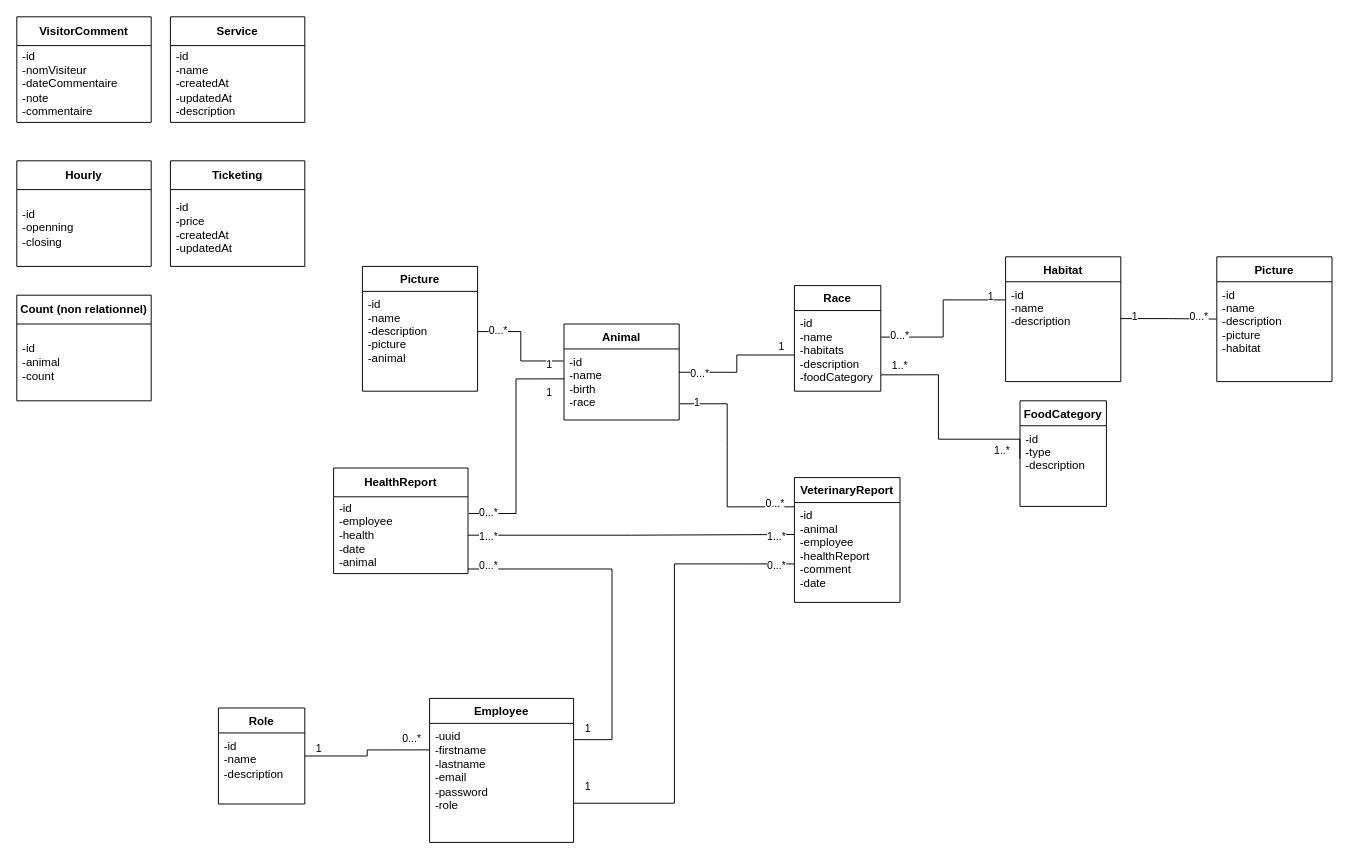
Before: ECF - Zoo Arcadia - Diagramme de Classe.drawio in Maxence9113/Zoo-Arcadia, a draw.io diagram. Source tidied: cells renumbered, new cells numbered last; positions are measured from the earlier drawing's top-left corner, leaving out a move shared by most shapes. Both pictures are drawn from the tidied source at 96%, with x=0, y=0 at pixel (16, 16).
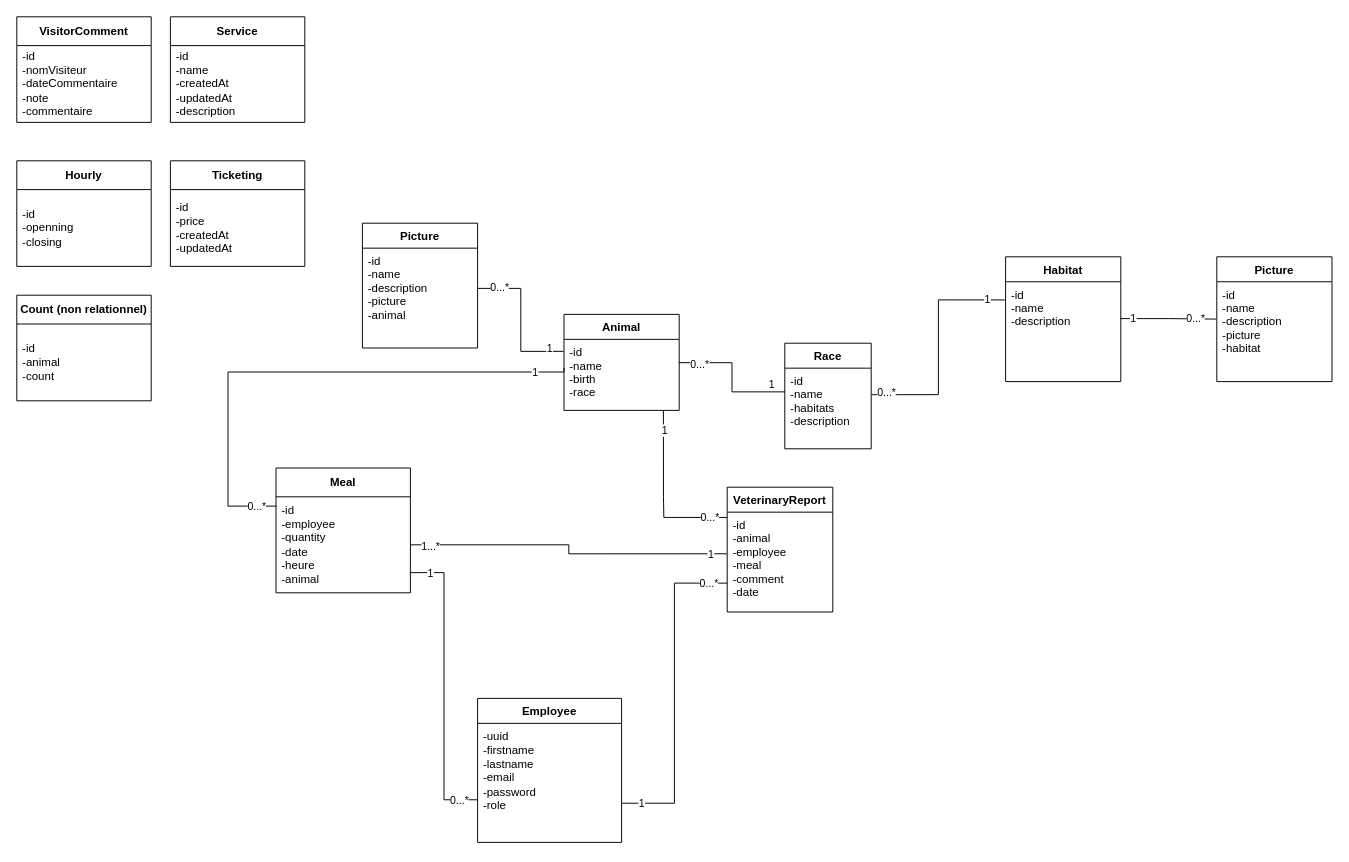
The same diagram, later.

Commit message:
Mettre à jour ECF - Zoo Arcadia - Diagramme de Classe.drawio

Unchanged cells that the change refers to:
```xml
<mxCell id="3" value="-id&#10;-name&#10;-birth&#10;-race" style="text;align=left;verticalAlign=top;spacingLeft=4;spacingRight=4;overflow=hidden;points=[[0,0.5],[1,0.5]];portConstraint=eastwest;" parent="2" vertex="1">
  <mxGeometry y="26" width="120" height="74" as="geometry" />
</mxCell>
<mxCell id="16" style="endArrow=none;html=1;edgeStyle=orthogonalEdgeStyle;rounded=0;entryX=-0.003;entryY=0.182;entryDx=0;entryDy=0;entryPerimeter=0;exitX=1.004;exitY=0.329;exitDx=0;exitDy=0;exitPerimeter=0;" parent="1" edge="1" source="5" target="15">
  <mxGeometry relative="1" as="geometry" />
</mxCell>
<mxCell id="20" value="-uuid&lt;div&gt;-firstname&lt;/div&gt;&lt;div&gt;-lastname&lt;br&gt;&lt;div&gt;-email&lt;/div&gt;&lt;div&gt;-password&lt;/div&gt;&lt;div&gt;-role&lt;/div&gt;&lt;/div&gt;" style="text;strokeColor=none;fillColor=none;align=left;verticalAlign=top;spacingLeft=4;spacingRight=4;overflow=hidden;points=[[0,0.5],[1,0.5]];portConstraint=eastwest;whiteSpace=wrap;html=1;" parent="19" vertex="1">
  <mxGeometry y="26" width="150" height="124" as="geometry" />
</mxCell>
<mxCell id="57" style="endArrow=none;html=1;rounded=0;exitX=1.004;exitY=0.403;exitDx=0;exitDy=0;exitPerimeter=0;entryX=-0.005;entryY=0.169;entryDx=0;entryDy=0;entryPerimeter=0;edgeStyle=orthogonalEdgeStyle;" parent="1" edge="1" source="24" target="3">
  <mxGeometry relative="1" as="geometry" />
</mxCell>
<mxCell id="62" style="endArrow=none;html=1;rounded=0;exitX=0.997;exitY=0.369;exitDx=0;exitDy=0;exitPerimeter=0;edgeStyle=orthogonalEdgeStyle;entryX=-0.005;entryY=0.374;entryDx=0;entryDy=0;entryPerimeter=0;" parent="1" edge="1" source="15" target="61">
  <mxGeometry relative="1" as="geometry" />
</mxCell>
```

The edit, as a diff of the source:
```diff
@@
     <mxCell id="2" value="Animal" style="swimlane;fontStyle=1;align=center;verticalAlign=top;horizontal=1;startSize=26;rounded=0;shadow=0;strokeWidth=1;" parent="1" vertex="1">
-      <mxGeometry x="570" y="320" width="120" height="100" as="geometry" />
+      <mxGeometry x="570" y="310" width="120" height="100" as="geometry" />
     </mxCell>
@@
     <mxCell id="4" value="Race" style="swimlane;fontStyle=1;align=center;verticalAlign=top;horizontal=1;startSize=26;rounded=0;shadow=0;strokeWidth=1;" parent="1" vertex="1">
-      <mxGeometry x="810" y="280" width="90" height="110" as="geometry" />
+      <mxGeometry x="800" y="340" width="90" height="110" as="geometry" />
     </mxCell>
-    <mxCell id="5" value="-id&#10;-name&#10;-habitats&#10;-description&#10;-foodCategory" style="text;align=left;verticalAlign=top;spacingLeft=4;spacingRight=4;overflow=hidden;points=[[0,0.5],[1,0.5]];portConstraint=eastwest;" parent="4" vertex="1">
+    <mxCell id="5" value="-id&#10;-name&#10;-habitats&#10;-description" style="text;align=left;verticalAlign=top;spacingLeft=4;spacingRight=4;overflow=hidden;points=[[0,0.5],[1,0.5]];portConstraint=eastwest;" parent="4" vertex="1">
       <mxGeometry y="26" width="90" height="84" as="geometry" />
     </mxCell>
-    <mxCell id="6" style="endArrow=none;html=1;edgeStyle=orthogonalEdgeStyle;rounded=0;entryX=-0.002;entryY=0.551;entryDx=0;entryDy=0;entryPerimeter=0;strokeColor=default;curved=0;exitX=0.997;exitY=0.328;exitDx=0;exitDy=0;exitPerimeter=0;" parent="1" edge="1" source="3" target="5">
-      <mxGeometry relative="1" as="geometry">
-        <Array as="points">
-          <mxPoint x="750" y="370" />
-          <mxPoint x="750" y="352" />
-        </Array>
-      </mxGeometry>
+    <mxCell id="6" style="endArrow=none;html=1;edgeStyle=orthogonalEdgeStyle;rounded=0;strokeColor=default;curved=0;exitX=0.997;exitY=0.328;exitDx=0;exitDy=0;exitPerimeter=0;entryX=0.002;entryY=0.294;entryDx=0;entryDy=0;entryPerimeter=0;" parent="1" edge="1" source="3" target="5">
+      <mxGeometry relative="1" as="geometry" />
     </mxCell>
@@
-    <mxCell id="9" value="FoodCategory" style="swimlane;fontStyle=1;align=center;verticalAlign=top;horizontal=1;startSize=26;rounded=0;shadow=0;strokeWidth=1;" parent="1" vertex="1">
-      <mxGeometry x="1045" y="400" width="90" height="110" as="geometry" />
-    </mxCell>
-    <mxCell id="10" value="-id&#10;-type&#10;-description" style="text;align=left;verticalAlign=top;spacingLeft=4;spacingRight=4;overflow=hidden;points=[[0,0.5],[1,0.5]];portConstraint=eastwest;" parent="9" vertex="1">
-      <mxGeometry y="26" width="90" height="84" as="geometry" />
-    </mxCell>
-    <mxCell id="11" style="endArrow=none;html=1;edgeStyle=orthogonalEdgeStyle;rounded=0;exitX=1.003;exitY=0.797;exitDx=0;exitDy=0;exitPerimeter=0;entryX=-0.001;entryY=0.411;entryDx=0;entryDy=0;entryPerimeter=0;" parent="1" edge="1" source="5" target="10">
-      <mxGeometry relative="1" as="geometry">
-        <Array as="points">
-          <mxPoint x="960" y="373" />
-          <mxPoint x="960" y="440" />
-          <mxPoint x="1045" y="440" />
-        </Array>
-      </mxGeometry>
-    </mxCell>
-    <mxCell id="12" value="1..*" style="edgeLabel;html=1;align=left;verticalAlign=bottom;" parent="11" vertex="1">
-      <mxGeometry x="-1" relative="1" as="geometry">
-        <mxPoint x="10" y="-2" as="offset" />
-      </mxGeometry>
-    </mxCell>
-    <mxCell id="13" value="1..*" style="edgeLabel;html=1;align=right;verticalAlign=bottom;" parent="11" vertex="1">
-      <mxGeometry x="1" relative="1" as="geometry">
-        <mxPoint x="-10" as="offset" />
-      </mxGeometry>
-    </mxCell>
@@
-    <mxCell id="17" value="1" style="edgeLabel;html=1;align=left;verticalAlign=bottom;" parent="16" vertex="1">
-      <mxGeometry x="-1" relative="1" as="geometry">
-        <mxPoint x="110" y="-34" as="offset" />
-      </mxGeometry>
-    </mxCell>
-    <mxCell id="18" value="0...*" style="edgeLabel;html=1;align=right;verticalAlign=bottom;" parent="16" vertex="1">
-      <mxGeometry x="1" relative="1" as="geometry">
-        <mxPoint x="-100" y="45" as="offset" />
-      </mxGeometry>
-    </mxCell>
+    <mxCell id="65" value="0...*" style="edgeLabel;html=1;align=center;verticalAlign=middle;" parent="16" vertex="1">
+      <mxGeometry x="-0.87" y="2" relative="1" as="geometry" />
+    </mxCell>
+    <mxCell id="66" value="1" style="edgeLabel;html=1;align=center;verticalAlign=middle;" parent="16" vertex="1">
+      <mxGeometry x="0.84" relative="1" as="geometry" />
+    </mxCell>
     <mxCell id="19" value="Employee" style="swimlane;fontStyle=1;align=center;verticalAlign=top;horizontal=1;startSize=26;whiteSpace=wrap;html=1;" parent="1" vertex="1">
-      <mxGeometry x="430" y="710" width="150" height="150" as="geometry" />
+      <mxGeometry x="480" y="710" width="150" height="150" as="geometry" />
     </mxCell>
@@
     <mxCell id="23" value="Picture" style="swimlane;fontStyle=1;align=center;verticalAlign=top;horizontal=1;startSize=26;rounded=0;shadow=0;strokeWidth=1;" parent="1" vertex="1">
-      <mxGeometry x="360" y="260" width="120" height="130" as="geometry" />
+      <mxGeometry x="360" y="215" width="120" height="130" as="geometry" />
     </mxCell>
@@
-    <mxCell id="25" value="Role" style="swimlane;fontStyle=1;align=center;verticalAlign=top;horizontal=1;startSize=26;whiteSpace=wrap;html=1;" parent="1" vertex="1">
-      <mxGeometry x="210" y="720" width="90" height="100" as="geometry" />
-    </mxCell>
-    <mxCell id="26" value="-id&lt;div&gt;-name&lt;/div&gt;&lt;div&gt;-description&lt;/div&gt;" style="text;strokeColor=none;fillColor=none;align=left;verticalAlign=top;spacingLeft=4;spacingRight=4;overflow=hidden;whiteSpace=wrap;html=1;" parent="25" vertex="1">
-      <mxGeometry y="26" width="90" height="74" as="geometry" />
-    </mxCell>
-    <mxCell id="27" style="edgeStyle=orthogonalEdgeStyle;rounded=0;jettySize=auto;html=1;entryX=-0.004;entryY=0.223;entryDx=0;entryDy=0;entryPerimeter=0;strokeColor=default;endArrow=none;endFill=0;" parent="1" edge="1" source="25" target="20">
-      <mxGeometry relative="1" as="geometry" />
-    </mxCell>
@@
-    <mxCell id="36" value="&lt;b&gt;HealthReport&lt;/b&gt;" style="swimlane;fontStyle=0;horizontal=1;startSize=30;whiteSpace=wrap;html=1;" parent="1" vertex="1">
-      <mxGeometry x="330" y="470" width="140" height="110" as="geometry" />
-    </mxCell>
-    <mxCell id="37" value="-id&lt;div&gt;-employee&lt;br&gt;&lt;div&gt;-health&lt;/div&gt;&lt;div&gt;-date&lt;/div&gt;&lt;/div&gt;&lt;div&gt;-animal&lt;/div&gt;" style="text;strokeColor=none;fillColor=none;align=left;verticalAlign=middle;spacingLeft=4;spacingRight=4;overflow=hidden;points=[[0,0.5],[1,0.5]];portConstraint=eastwest;whiteSpace=wrap;html=1;" parent="36" vertex="1">
-      <mxGeometry y="30" width="140" height="80" as="geometry" />
-    </mxCell>
-    <mxCell id="38" style="endArrow=none;html=1;rounded=0;exitX=1.005;exitY=0.218;exitDx=0;exitDy=0;exitPerimeter=0;entryX=0.003;entryY=0.421;entryDx=0;entryDy=0;entryPerimeter=0;edgeStyle=orthogonalEdgeStyle;" parent="1" edge="1" source="37" target="3">
-      <mxGeometry relative="1" as="geometry" />
-    </mxCell>
     <mxCell id="39" value="VeterinaryReport" style="swimlane;fontStyle=1;align=center;verticalAlign=top;horizontal=1;startSize=26;rounded=0;shadow=0;strokeWidth=1;" parent="1" vertex="1">
-      <mxGeometry x="810" y="480" width="110" height="130" as="geometry" />
+      <mxGeometry x="740" y="490" width="110" height="130" as="geometry" />
     </mxCell>
-    <mxCell id="40" value="-id&#10;-animal&#10;-employee&#10;-healthReport&#10;-comment&#10;-date" style="text;align=left;verticalAlign=top;spacingLeft=4;spacingRight=4;overflow=hidden;points=[[0,0.5],[1,0.5]];portConstraint=eastwest;" parent="39" vertex="1">
-      <mxGeometry y="26" width="110" height="84" as="geometry" />
+    <mxCell id="40" value="-id&#10;-animal&#10;-employee&#10;-meal&#10;-comment&#10;-date" style="text;align=left;verticalAlign=top;spacingLeft=4;spacingRight=4;overflow=hidden;points=[[0,0.5],[1,0.5]];portConstraint=eastwest;" parent="39" vertex="1">
+      <mxGeometry y="26" width="110" height="104" as="geometry" />
     </mxCell>
-    <mxCell id="41" style="endArrow=none;html=1;rounded=0;exitX=1.006;exitY=0.772;exitDx=0;exitDy=0;exitPerimeter=0;edgeStyle=orthogonalEdgeStyle;entryX=-0.001;entryY=0.053;entryDx=0;entryDy=0;entryPerimeter=0;" parent="1" edge="1" source="3" target="40">
+    <mxCell id="41" style="endArrow=none;html=1;rounded=0;exitX=0.863;exitY=1.009;exitDx=0;exitDy=0;exitPerimeter=0;edgeStyle=orthogonalEdgeStyle;entryX=-0.001;entryY=0.053;entryDx=0;entryDy=0;entryPerimeter=0;" parent="1" edge="1" source="3" target="40">
       <mxGeometry relative="1" as="geometry">
         <Array as="points">
-          <mxPoint x="740" y="449" />
-          <mxPoint x="740" y="510" />
-          <mxPoint x="790" y="510" />
+          <mxPoint x="674" y="500" />
+          <mxPoint x="674" y="500" />
         </Array>
       </mxGeometry>
     </mxCell>
-    <mxCell id="42" value="0...*" style="edgeLabel;html=1;align=right;verticalAlign=bottom;" parent="1" vertex="1">
-      <mxGeometry x="800" y="515" as="geometry" />
-    </mxCell>
-    <mxCell id="43" value="1" style="edgeLabel;html=1;align=left;verticalAlign=bottom;" parent="1" vertex="1">
-      <mxGeometry x="704" y="410" as="geometry" />
-    </mxCell>
-    <mxCell id="44" value="0...*" style="edgeLabel;html=1;align=left;verticalAlign=bottom;" parent="1" vertex="1">
-      <mxGeometry x="400" y="760" as="geometry" />
-    </mxCell>
-    <mxCell id="45" value="1" style="edgeLabel;html=1;align=left;verticalAlign=bottom;" parent="1" vertex="1">
-      <mxGeometry x="310" y="770" as="geometry" />
-    </mxCell>
-    <mxCell id="46" style="endArrow=none;html=1;rounded=0;edgeStyle=orthogonalEdgeStyle;exitX=1.004;exitY=0.137;exitDx=0;exitDy=0;exitPerimeter=0;entryX=1;entryY=0.94;entryDx=0;entryDy=0;entryPerimeter=0;" parent="1" edge="1" source="20" target="37">
-      <mxGeometry relative="1" as="geometry">
-        <Array as="points">
-          <mxPoint x="620" y="753" />
-          <mxPoint x="620" y="575" />
-        </Array>
-      </mxGeometry>
-    </mxCell>
+    <mxCell id="67" value="0...*" style="edgeLabel;html=1;align=center;verticalAlign=middle;" parent="41" vertex="1">
+      <mxGeometry x="0.86" relative="1" as="geometry">
+        <mxPoint x="-6" as="offset" />
+      </mxGeometry>
+    </mxCell>
+    <mxCell id="68" value="1" style="edgeLabel;html=1;align=center;verticalAlign=middle;" parent="41" vertex="1">
+      <mxGeometry x="-0.77" y="1" relative="1" as="geometry" />
+    </mxCell>
-    <mxCell id="47" style="endArrow=none;html=1;rounded=0;exitX=1.003;exitY=0.671;exitDx=0;exitDy=0;exitPerimeter=0;edgeStyle=orthogonalEdgeStyle;entryX=-0.001;entryY=0.761;entryDx=0;entryDy=0;entryPerimeter=0;" parent="1" edge="1" source="20" target="40">
+    <mxCell id="47" style="endArrow=none;html=1;rounded=0;exitX=1.003;exitY=0.671;exitDx=0;exitDy=0;exitPerimeter=0;edgeStyle=orthogonalEdgeStyle;entryX=-0.001;entryY=0.711;entryDx=0;entryDy=0;entryPerimeter=0;" parent="1" edge="1" source="20" target="40">
       <mxGeometry relative="1" as="geometry">
         <Array as="points">
           <mxPoint x="685" y="819" />
-          <mxPoint x="685" y="570" />
+          <mxPoint x="685" y="590" />
         </Array>
       </mxGeometry>
     </mxCell>
-    <mxCell id="48" value="0...*" style="edgeLabel;html=1;align=left;verticalAlign=bottom;" parent="1" vertex="1">
-      <mxGeometry x="480" y="580" as="geometry" />
-    </mxCell>
-    <mxCell id="49" value="1" style="edgeLabel;html=1;align=left;verticalAlign=bottom;" parent="1" vertex="1">
-      <mxGeometry x="590" y="750" as="geometry" />
-    </mxCell>
-    <mxCell id="50" value="1" style="edgeLabel;html=1;align=left;verticalAlign=bottom;" parent="1" vertex="1">
-      <mxGeometry x="590" y="810" as="geometry" />
-    </mxCell>
-    <mxCell id="51" value="0...*" style="edgeLabel;html=1;align=left;verticalAlign=bottom;" parent="1" vertex="1">
-      <mxGeometry x="780" y="580" as="geometry" />
-    </mxCell>
-    <mxCell id="52" value="0...*" style="edgeLabel;html=1;align=left;verticalAlign=bottom;" parent="1" vertex="1">
-      <mxGeometry x="480" y="525" as="geometry" />
-    </mxCell>
-    <mxCell id="53" value="1" style="edgeLabel;html=1;align=left;verticalAlign=bottom;" parent="1" vertex="1">
-      <mxGeometry x="550" y="400" as="geometry" />
-    </mxCell>
-    <mxCell id="54" style="endArrow=none;html=1;rounded=0;exitX=1;exitY=0.5;exitDx=0;exitDy=0;entryX=0.003;entryY=0.396;entryDx=0;entryDy=0;entryPerimeter=0;edgeStyle=orthogonalEdgeStyle;" parent="1" edge="1" source="37" target="40">
-      <mxGeometry relative="1" as="geometry" />
-    </mxCell>
-    <mxCell id="55" value="1...*" style="edgeLabel;html=1;align=left;verticalAlign=bottom;" parent="1" vertex="1">
-      <mxGeometry x="480" y="550" as="geometry" />
-    </mxCell>
-    <mxCell id="56" value="1...*" style="edgeLabel;html=1;align=left;verticalAlign=bottom;" parent="1" vertex="1">
-      <mxGeometry x="780" y="550" as="geometry" />
-    </mxCell>
+    <mxCell id="69" value="0...*" style="edgeLabel;html=1;align=center;verticalAlign=middle;" parent="47" vertex="1">
+      <mxGeometry x="0.94" relative="1" as="geometry">
+        <mxPoint x="-10" as="offset" />
+      </mxGeometry>
+    </mxCell>
+    <mxCell id="70" value="1" style="edgeLabel;html=1;align=center;verticalAlign=middle;" parent="47" vertex="1">
+      <mxGeometry x="-0.94" relative="1" as="geometry">
+        <mxPoint x="10" as="offset" />
+      </mxGeometry>
+    </mxCell>
@@
-    <mxCell id="58" value="0...*" style="edgeLabel;html=1;align=left;verticalAlign=bottom;" parent="1" vertex="1">
-      <mxGeometry x="490" y="335" as="geometry" />
-    </mxCell>
-    <mxCell id="59" value="1" style="edgeLabel;html=1;align=left;verticalAlign=bottom;" parent="1" vertex="1">
-      <mxGeometry x="550" y="370" as="geometry" />
-    </mxCell>
+    <mxCell id="71" value="0...*" style="edgeLabel;html=1;align=center;verticalAlign=middle;" parent="57" vertex="1">
+      <mxGeometry x="-0.71" y="1" relative="1" as="geometry" />
+    </mxCell>
+    <mxCell id="72" value="1" style="edgeLabel;html=1;align=center;verticalAlign=middle;" parent="57" vertex="1">
+      <mxGeometry x="0.81" y="3" relative="1" as="geometry" />
+    </mxCell>
@@
-    <mxCell id="63" value="1" style="edgeLabel;html=1;align=left;verticalAlign=bottom;" parent="1" vertex="1">
-      <mxGeometry x="1160" y="320" as="geometry" />
-    </mxCell>
-    <mxCell id="64" value="0...*" style="edgeLabel;html=1;align=left;verticalAlign=bottom;" parent="1" vertex="1">
-      <mxGeometry x="1220" y="320" as="geometry" />
-    </mxCell>
+    <mxCell id="73" value="1" style="edgeLabel;html=1;align=center;verticalAlign=middle;" parent="62" vertex="1">
+      <mxGeometry x="-0.74" y="1" relative="1" as="geometry" />
+    </mxCell>
+    <mxCell id="74" value="0...*" style="edgeLabel;html=1;align=center;verticalAlign=middle;" parent="62" vertex="1">
+      <mxGeometry x="0.56" y="1" relative="1" as="geometry" />
+    </mxCell>
+    <mxCell id="75" value="&lt;b&gt;Meal&lt;/b&gt;" style="swimlane;fontStyle=0;horizontal=1;startSize=30;whiteSpace=wrap;html=1;" parent="1" vertex="1">
+      <mxGeometry x="270" y="470" width="140" height="130" as="geometry" />
+    </mxCell>
+    <mxCell id="76" value="-id&lt;div&gt;-employee&lt;br&gt;&lt;div&gt;-quantity&lt;/div&gt;&lt;div&gt;-date&lt;/div&gt;&lt;/div&gt;&lt;div&gt;-heure&lt;/div&gt;&lt;div&gt;-animal&lt;/div&gt;" style="text;strokeColor=none;fillColor=none;align=left;verticalAlign=middle;spacingLeft=4;spacingRight=4;overflow=hidden;points=[[0,0.5],[1,0.5]];portConstraint=eastwest;whiteSpace=wrap;html=1;" parent="75" vertex="1">
+      <mxGeometry y="30" width="140" height="100" as="geometry" />
+    </mxCell>
+    <mxCell id="77" style="endArrow=none;html=1;rounded=0;entryX=0.995;entryY=0.79;entryDx=0;entryDy=0;entryPerimeter=0;exitX=0.001;exitY=0.642;exitDx=0;exitDy=0;exitPerimeter=0;edgeStyle=orthogonalEdgeStyle;" parent="1" edge="1" source="20" target="76">
+      <mxGeometry relative="1" as="geometry" />
+    </mxCell>
+    <mxCell id="78" value="0...*" style="edgeLabel;html=1;align=center;verticalAlign=middle;" parent="77" vertex="1">
+      <mxGeometry x="-0.8" relative="1" as="geometry">
+        <mxPoint x="11" as="offset" />
+      </mxGeometry>
+    </mxCell>
+    <mxCell id="79" value="1" style="edgeLabel;html=1;align=center;verticalAlign=middle;" parent="77" vertex="1">
+      <mxGeometry x="0.73" y="-1" relative="1" as="geometry">
+        <mxPoint x="-16" y="-5" as="offset" />
+      </mxGeometry>
+    </mxCell>
+    <mxCell id="80" style="endArrow=none;html=1;rounded=0;entryX=0.001;entryY=0.401;entryDx=0;entryDy=0;entryPerimeter=0;edgeStyle=orthogonalEdgeStyle;exitX=0.002;exitY=0.097;exitDx=0;exitDy=0;exitPerimeter=0;" parent="1" edge="1" source="76" target="3">
+      <mxGeometry relative="1" as="geometry">
+        <Array as="points">
+          <mxPoint x="270" y="510" />
+          <mxPoint x="220" y="510" />
+          <mxPoint x="220" y="370" />
+          <mxPoint x="570" y="370" />
+        </Array>
+      </mxGeometry>
+    </mxCell>
+    <mxCell id="81" value="1" style="edgeLabel;html=1;align=center;verticalAlign=middle;" parent="80" vertex="1">
+      <mxGeometry x="0.87" relative="1" as="geometry" />
+    </mxCell>
+    <mxCell id="82" value="0...*" style="edgeLabel;html=1;align=center;verticalAlign=middle;" parent="80" vertex="1">
+      <mxGeometry x="-0.96" relative="1" as="geometry">
+        <mxPoint x="-10" as="offset" />
+      </mxGeometry>
+    </mxCell>
+    <mxCell id="83" style="endArrow=none;html=1;rounded=0;exitX=1;exitY=0.5;exitDx=0;exitDy=0;entryX=-0.005;entryY=0.417;entryDx=0;entryDy=0;entryPerimeter=0;edgeStyle=orthogonalEdgeStyle;" parent="1" edge="1" source="76" target="40">
+      <mxGeometry relative="1" as="geometry" />
+    </mxCell>
+    <mxCell id="84" value="1...*" style="edgeLabel;html=1;align=center;verticalAlign=middle;" parent="83" vertex="1">
+      <mxGeometry x="-0.88" y="-1" relative="1" as="geometry" />
+    </mxCell>
+    <mxCell id="85" value="1" style="edgeLabel;html=1;align=center;verticalAlign=middle;" parent="83" vertex="1">
+      <mxGeometry x="0.9" relative="1" as="geometry" />
+    </mxCell>
```
